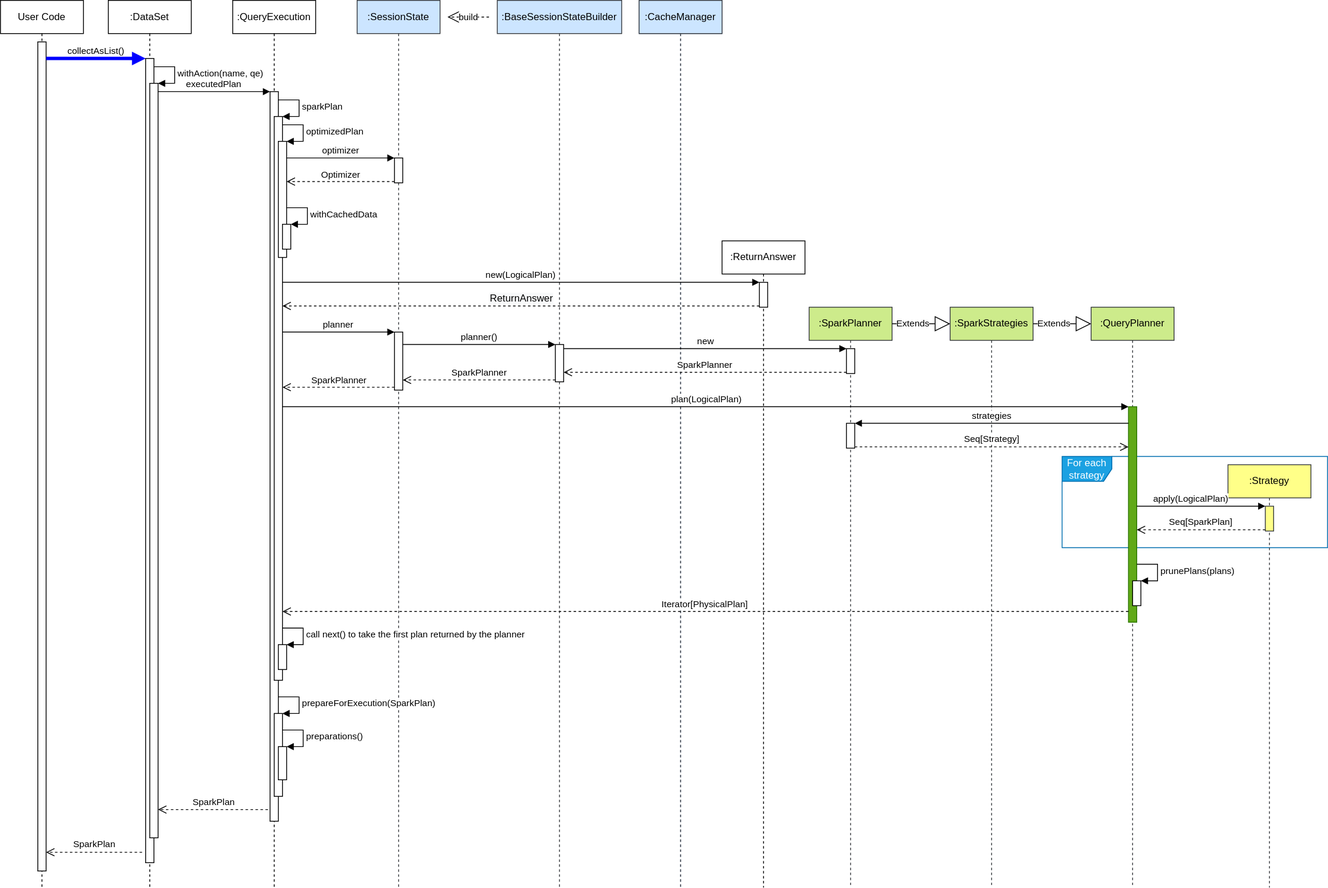
jtLiBrain/jtLiBrain.github.io keeps this draw.io diagram as images/spark/sql-catalyst-planning-sequence.svg. Above is the earlier version. Source tidied: cells renumbered, new cells last; positions are measured from the earlier drawing's top-left corner, leaving out a move shared by most shapes.
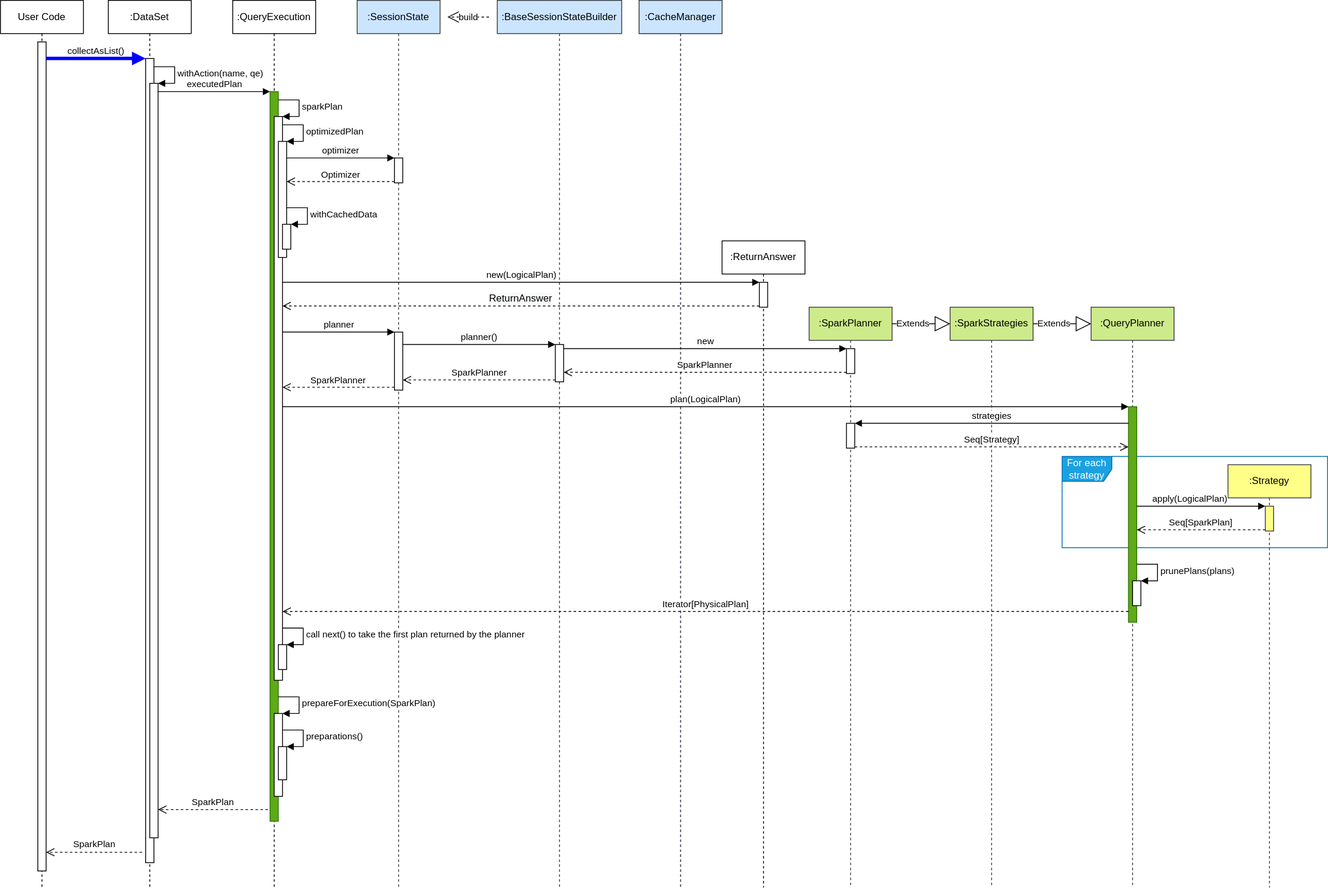
Above is the later version.

What changed in the source:
```diff
@@ -40,7 +40,7 @@
     <mxCell id="12" value=":QueryExecution" style="shape=umlLifeline;perimeter=lifelinePerimeter;whiteSpace=wrap;html=1;" parent="1" vertex="1">
       <mxGeometry x="280" width="100" height="1070" as="geometry" />
     </mxCell>
-    <mxCell id="13" style="html=1;points=[];perimeter=orthogonalPerimeter;" parent="12" vertex="1">
+    <mxCell id="13" style="html=1;points=[];perimeter=orthogonalPerimeter;fillColor=#60a917;strokeColor=#2D7600;fontColor=#ffffff;" parent="12" vertex="1">
       <mxGeometry x="45" y="110" width="10" height="880" as="geometry" />
     </mxCell>
     <mxCell id="14" value="executedPlan" style="html=1;verticalAlign=bottom;endArrow=block;entryX=0;entryY=0;" parent="1" edge="1" source="10" target="13">
```
